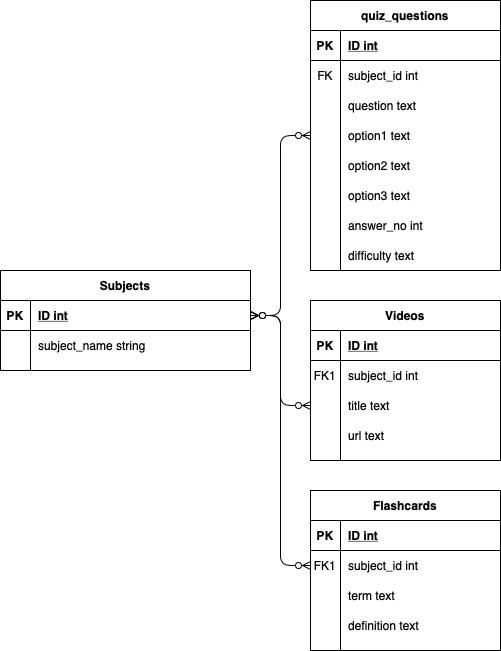
This is Report/Diagrams/database schema.png from jonnybowen/Masters-Project, a draw.io export, as it was before one commit. Source tidied: cells renumbered, new cells last; positions are measured from the earlier drawing's top-left corner, leaving out a move shared by most shapes.
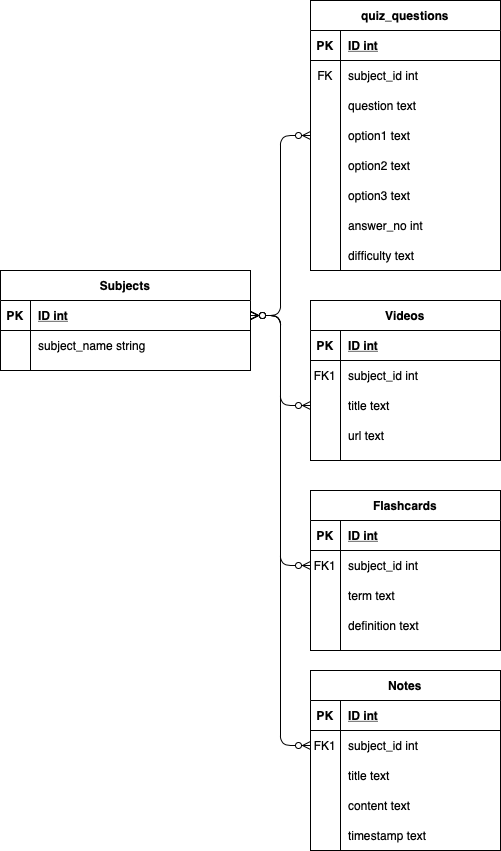
Later version of the same file.

Diff of the diagram source:
```diff
@@ -185,5 +185,50 @@
     <mxCell id="62" style="edgeStyle=entityRelationEdgeStyle;fontSize=12;html=1;endArrow=ERzeroToMany;endFill=1;startArrow=ERzeroToMany;entryX=0;entryY=0.5;entryDx=0;entryDy=0;exitX=1;exitY=0.5;exitDx=0;exitDy=0;" parent="1" edge="1" source="54" target="44">
       <mxGeometry relative="1" as="geometry" />
     </mxCell>
+    <mxCell id="63" value="Notes" style="shape=table;startSize=30;rowLines=0;fontStyle=1;align=center;" parent="1" vertex="1">
+      <mxGeometry x="310" y="670" width="190" height="180" as="geometry" />
+    </mxCell>
+    <mxCell id="64" style="shape=partialRectangle;fillColor=none;top=0;left=0;right=0;bottom=1;" parent="63" vertex="1">
+      <mxGeometry y="30" width="190" height="30" as="geometry" />
+    </mxCell>
+    <mxCell id="65" value="PK" style="shape=partialRectangle;overflow=hidden;fillColor=none;top=0;left=0;bottom=0;right=0;fontStyle=1;" parent="64" vertex="1">
+      <mxGeometry width="30" height="30" as="geometry" />
+    </mxCell>
+    <mxCell id="66" value="ID int" style="shape=partialRectangle;overflow=hidden;fillColor=none;top=0;left=0;bottom=0;right=0;align=left;spacingLeft=6;fontStyle=5;" parent="64" vertex="1">
+      <mxGeometry x="30" width="160" height="30" as="geometry" />
+    </mxCell>
+    <mxCell id="67" style="shape=partialRectangle;fillColor=none;points=[[0,0.5],[1,0.5]];portConstraint=eastwest;top=0;left=0;right=0;bottom=0;" parent="63" vertex="1">
+      <mxGeometry y="60" width="190" height="30" as="geometry" />
+    </mxCell>
+    <mxCell id="68" value="FK1" style="shape=partialRectangle;overflow=hidden;fillColor=none;top=0;left=0;bottom=0;right=0;" parent="67" vertex="1">
+      <mxGeometry width="30" height="30" as="geometry" />
+    </mxCell>
+    <mxCell id="69" value="subject_id int" style="shape=partialRectangle;overflow=hidden;fillColor=none;top=0;left=0;bottom=0;right=0;align=left;spacingLeft=6;" parent="67" vertex="1">
+      <mxGeometry x="30" width="160" height="30" as="geometry" />
+    </mxCell>
+    <mxCell id="70" style="shape=partialRectangle;fillColor=none;top=0;left=0;right=0;bottom=0;" parent="63" vertex="1">
+      <mxGeometry y="90" width="190" height="30" as="geometry" />
+    </mxCell>
+    <mxCell id="71" style="shape=partialRectangle;overflow=hidden;fillColor=none;top=0;left=0;bottom=0;right=0;" parent="70" vertex="1">
+      <mxGeometry width="30" height="30" as="geometry" />
+    </mxCell>
+    <mxCell id="72" value="title text" style="shape=partialRectangle;overflow=hidden;fillColor=none;top=0;left=0;bottom=0;right=0;align=left;spacingLeft=6;" parent="70" vertex="1">
+      <mxGeometry x="30" width="160" height="30" as="geometry" />
+    </mxCell>
+    <mxCell id="73" style="shape=partialRectangle;fillColor=none;top=0;left=0;right=0;bottom=0;" parent="63" vertex="1">
+      <mxGeometry y="120" width="190" height="30" as="geometry" />
+    </mxCell>
+    <mxCell id="74" style="shape=partialRectangle;overflow=hidden;fillColor=none;top=0;left=0;bottom=0;right=0;" parent="73" vertex="1">
+      <mxGeometry width="30" height="30" as="geometry" />
+    </mxCell>
+    <mxCell id="75" value="content text" style="shape=partialRectangle;overflow=hidden;fillColor=none;top=0;left=0;bottom=0;right=0;align=left;spacingLeft=6;" parent="73" vertex="1">
+      <mxGeometry x="30" width="160" height="30" as="geometry" />
+    </mxCell>
+    <mxCell id="76" style="edgeStyle=entityRelationEdgeStyle;fontSize=12;html=1;endArrow=ERzeroToMany;endFill=1;startArrow=ERzeroToMany;entryX=0;entryY=0.5;entryDx=0;entryDy=0;exitX=1;exitY=0.5;exitDx=0;exitDy=0;" parent="1" edge="1" source="54" target="67">
+      <mxGeometry relative="1" as="geometry" />
+    </mxCell>
+    <mxCell id="77" value="timestamp text" style="shape=partialRectangle;overflow=hidden;fillColor=none;top=0;left=0;bottom=0;right=0;align=left;spacingLeft=6;" parent="1" vertex="1">
+      <mxGeometry x="340" y="820" width="160" height="30" as="geometry" />
+    </mxCell>
   </root>
 </mxGraphModel>
```
